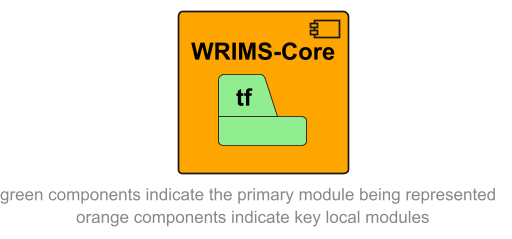
Above: docs/diagrams/wrims-core/wrims-core_tf.png in CentralValleyModeling/wrims (PlantUML), before the change.
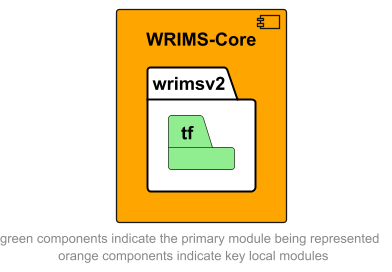
After the commit.

Commit message:
Added parent package to diagram

The edit, as a diff of the source:
```diff
@@ -3,7 +3,9 @@
 skinparam linetype ortho
 
 component wrims_core as "WRIMS-Core" #orange {
-    package tf #lightgreen
+    package wrimsv2 #white {
+        package tf #lightgreen
+    }
 }
 
 
```
